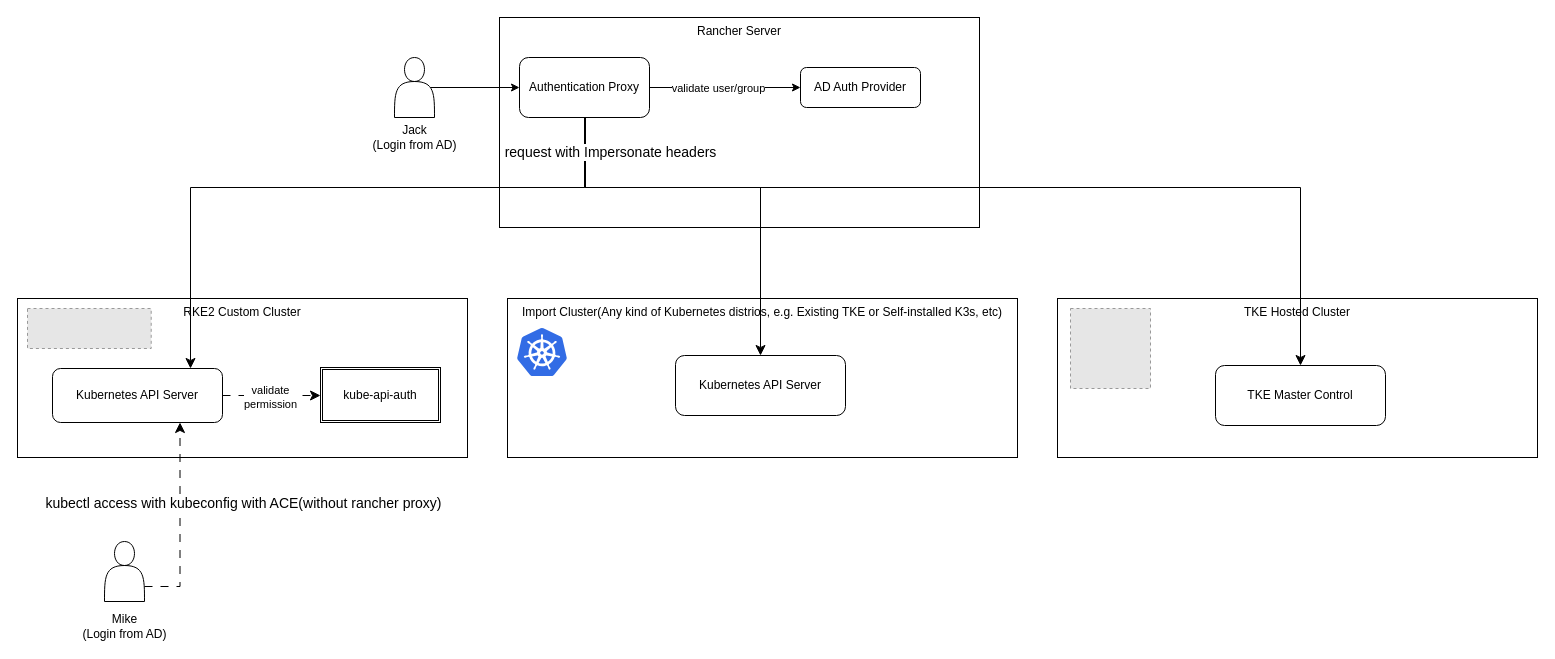
Earlier version of the draw.io diagram rancher-auth.drawio (JacieChao/jacie-docs). Source tidied: cells renumbered, new cells numbered last; positions are measured from the earlier drawing's top-left corner, leaving out a move shared by most shapes. Both pictures are drawn from the tidied source at 100%, with x=0, y=0 at pixel (17, 17). Pictures stored in the file or linked from it are replaced by grey dashed boxes.
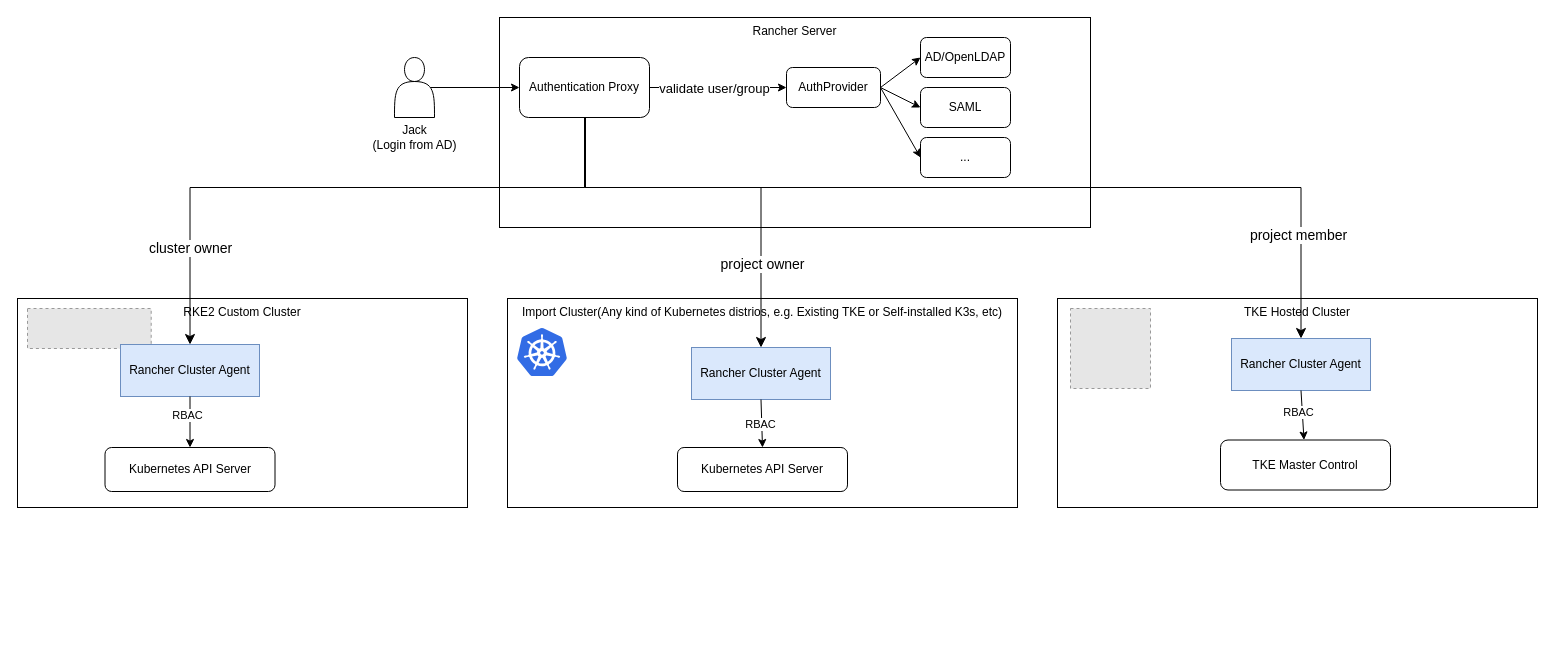
Above is the later version.

Unchanged cells that the change refers to:
```xml
<mxCell id="3" value="Authentication P&lt;span style=&quot;background-color: initial;&quot;&gt;roxy&lt;/span&gt;" style="rounded=1;whiteSpace=wrap;html=1;" parent="1" vertex="1">
  <mxGeometry x="502" y="40" width="130" height="60" as="geometry" />
</mxCell>
<mxCell id="17" style="endArrow=classic;html=1;rounded=0;exitX=1;exitY=0.5;exitDx=0;exitDy=0;" parent="1" edge="1" source="3" target="6">
  <mxGeometry relative="1" as="geometry" />
</mxCell>
```

The edit, as a diff of the source:
```diff
@@
     <mxCell id="2" value="Rancher Server&lt;div&gt;&lt;br&gt;&lt;/div&gt;" style="rounded=0;whiteSpace=wrap;html=1;verticalAlign=top;" parent="1" vertex="1">
-      <mxGeometry x="482" width="480" height="210" as="geometry" />
+      <mxGeometry x="482" width="591" height="210" as="geometry" />
     </mxCell>
@@
-    <mxCell id="6" value="AD Auth Provider" style="rounded=1;whiteSpace=wrap;html=1;" parent="1" vertex="1">
-      <mxGeometry x="783" y="50" width="120" height="40" as="geometry" />
+    <mxCell id="6" value="AuthProvider" style="rounded=1;whiteSpace=wrap;html=1;" parent="1" vertex="1">
+      <mxGeometry x="769" y="50" width="94" height="40" as="geometry" />
     </mxCell>
     <mxCell id="7" value="RKE2 Custom Cluster" style="rounded=0;whiteSpace=wrap;html=1;verticalAlign=top;" parent="1" vertex="1">
-      <mxGeometry y="281" width="450" height="159" as="geometry" />
+      <mxGeometry y="281" width="450" height="209" as="geometry" />
     </mxCell>
@@
     <mxCell id="9" value="Kubernetes API Server" style="rounded=1;whiteSpace=wrap;html=1;" parent="1" vertex="1">
-      <mxGeometry x="35" y="351" width="170" height="54" as="geometry" />
+      <mxGeometry x="87.5" y="430" width="170" height="44" as="geometry" />
     </mxCell>
     <mxCell id="10" value="Import Cluster(Any kind of Kubernetes distrios, e.g. Existing TKE or Self-installed K3s, etc)" style="rounded=0;whiteSpace=wrap;html=1;verticalAlign=top;" parent="1" vertex="1">
-      <mxGeometry x="490" y="281" width="510" height="159" as="geometry" />
+      <mxGeometry x="490" y="281" width="510" height="209" as="geometry" />
     </mxCell>
     <mxCell id="11" value="Kubernetes API Server" style="rounded=1;whiteSpace=wrap;html=1;" parent="1" vertex="1">
-      <mxGeometry x="658" y="338" width="170" height="60" as="geometry" />
+      <mxGeometry x="660" y="430" width="170" height="44" as="geometry" />
     </mxCell>
@@
     <mxCell id="13" value="TKE Hosted Cluster" style="rounded=0;whiteSpace=wrap;html=1;verticalAlign=top;" parent="1" vertex="1">
-      <mxGeometry x="1040" y="281" width="480" height="159" as="geometry" />
+      <mxGeometry x="1040" y="281" width="480" height="209" as="geometry" />
     </mxCell>
@@
     <mxCell id="15" value="TKE Master Control" style="rounded=1;whiteSpace=wrap;html=1;" parent="1" vertex="1">
-      <mxGeometry x="1198" y="348" width="170" height="60" as="geometry" />
+      <mxGeometry x="1203" y="422.5" width="170" height="50" as="geometry" />
     </mxCell>
@@
-    <mxCell id="18" value="validate user/group" style="edgeLabel;html=1;align=center;verticalAlign=middle;" parent="17" vertex="1">
+    <mxCell id="18" value="validate user/group" style="edgeLabel;html=1;align=center;verticalAlign=middle;fontSize=13;" parent="17" vertex="1">
       <mxGeometry x="-0.43" relative="1" as="geometry">
         <mxPoint x="25" as="offset" />
       </mxGeometry>
     </mxCell>
-    <mxCell id="19" style="shape=actor;whiteSpace=wrap;html=1;" parent="1" vertex="1">
-      <mxGeometry x="87" y="524" width="40" height="60" as="geometry" />
-    </mxCell>
-    <mxCell id="20" style="edgeStyle=segmentEdgeStyle;endArrow=classic;html=1;curved=0;rounded=0;endSize=8;startSize=8;exitX=0.5;exitY=1;exitDx=0;exitDy=0;" parent="1" edge="1" source="3">
+    <mxCell id="20" style="edgeStyle=segmentEdgeStyle;endArrow=classic;html=1;curved=0;rounded=0;endSize=8;startSize=8;exitX=0.5;exitY=1;exitDx=0;exitDy=0;entryX=0.5;entryY=0;entryDx=0;entryDy=0;" parent="1" edge="1" source="3" target="33">
       <mxGeometry relative="1" as="geometry">
-        <mxPoint x="173" y="351" as="targetPoint" />
         <Array as="points">
           <mxPoint x="567" y="170" />
           <mxPoint x="173" y="170" />
         </Array>
       </mxGeometry>
     </mxCell>
+    <mxCell id="30" value="cluster owner" style="edgeLabel;html=1;align=center;verticalAlign=middle;fontSize=14;" parent="20" vertex="1">
+      <mxGeometry x="0.25" y="-2" relative="1" as="geometry">
+        <mxPoint x="-77" y="62" as="offset" />
+      </mxGeometry>
+    </mxCell>
-    <mxCell id="21" style="edgeStyle=segmentEdgeStyle;endArrow=classic;html=1;curved=0;rounded=0;endSize=8;startSize=8;entryX=0.5;entryY=0;entryDx=0;entryDy=0;exitX=0.5;exitY=1;exitDx=0;exitDy=0;" parent="1" edge="1" target="11">
+    <mxCell id="21" style="edgeStyle=segmentEdgeStyle;endArrow=classic;html=1;curved=0;rounded=0;endSize=8;startSize=8;exitX=0.5;exitY=1;exitDx=0;exitDy=0;entryX=0.5;entryY=0;entryDx=0;entryDy=0;" parent="1" edge="1" target="36">
       <mxGeometry relative="1" as="geometry">
         <mxPoint x="571" y="100" as="sourcePoint" />
         <Array as="points">
           <mxPoint x="567" y="100" />
           <mxPoint x="567" y="170" />
           <mxPoint x="743" y="170" />
+          <mxPoint x="743" y="331" />
         </Array>
       </mxGeometry>
     </mxCell>
+    <mxCell id="31" value="project owner" style="edgeLabel;html=1;align=center;verticalAlign=middle;fontSize=14;" parent="21" vertex="1">
+      <mxGeometry x="0.59" y="1" relative="1" as="geometry">
+        <mxPoint y="1" as="offset" />
+      </mxGeometry>
+    </mxCell>
-    <mxCell id="22" style="edgeStyle=segmentEdgeStyle;endArrow=classic;html=1;curved=0;rounded=0;endSize=8;startSize=8;entryX=0.5;entryY=0;entryDx=0;entryDy=0;" parent="1" edge="1" target="15">
+    <mxCell id="22" style="edgeStyle=segmentEdgeStyle;endArrow=classic;html=1;curved=0;rounded=0;endSize=8;startSize=8;entryX=0.5;entryY=0;entryDx=0;entryDy=0;" parent="1" edge="1" target="39">
       <mxGeometry relative="1" as="geometry">
         <mxPoint x="568" y="100" as="sourcePoint" />
         <Array as="points">
           <mxPoint x="568" y="170" />
           <mxPoint x="1283" y="170" />
-          <mxPoint x="1283" y="345" />
         </Array>
       </mxGeometry>
     </mxCell>
-    <mxCell id="23" value="request with Impersonate headers" style="edgeLabel;html=1;align=center;verticalAlign=middle;fontSize=14;" parent="22" vertex="1">
-      <mxGeometry x="-0.93" y="-4" relative="1" as="geometry">
-        <mxPoint x="28" as="offset" />
-      </mxGeometry>
-    </mxCell>
-    <mxCell id="24" value="kube-api-auth" style="shape=ext;double=1;rounded=0;whiteSpace=wrap;html=1;" parent="1" vertex="1">
-      <mxGeometry x="303" y="350" width="120" height="55" as="geometry" />
-    </mxCell>
-    <mxCell id="25" value="Mike&lt;div&gt;(Login from AD)&lt;/div&gt;" style="text;html=1;align=center;verticalAlign=middle;whiteSpace=wrap;rounded=0;" parent="1" vertex="1">
-      <mxGeometry x="59.5" y="594" width="95" height="30" as="geometry" />
-    </mxCell>
-    <mxCell id="26" style="edgeStyle=segmentEdgeStyle;endArrow=classic;html=1;curved=0;rounded=0;endSize=8;startSize=8;dashed=1;dashPattern=8 8;exitX=1;exitY=0.75;exitDx=0;exitDy=0;entryX=0.75;entryY=1;entryDx=0;entryDy=0;" parent="1" edge="1" source="19" target="9">
-      <mxGeometry relative="1" as="geometry" />
-    </mxCell>
-    <mxCell id="27" value="kubectl access with kubeconfig with ACE(without rancher proxy)" style="edgeLabel;html=1;align=center;verticalAlign=middle;fontSize=14;" parent="26" vertex="1">
-      <mxGeometry x="-0.13" y="1" relative="1" as="geometry">
-        <mxPoint x="64" y="-32" as="offset" />
-      </mxGeometry>
-    </mxCell>
-    <mxCell id="28" style="edgeStyle=segmentEdgeStyle;endArrow=classic;html=1;curved=0;rounded=0;endSize=8;startSize=8;exitX=1;exitY=0.5;exitDx=0;exitDy=0;entryX=0;entryY=0.5;entryDx=0;entryDy=0;dashed=1;dashPattern=8 8;" parent="1" edge="1" source="9" target="24">
-      <mxGeometry relative="1" as="geometry" />
-    </mxCell>
-    <mxCell id="29" value="validate&lt;div&gt;permission&lt;/div&gt;" style="edgeLabel;html=1;align=center;verticalAlign=middle;" parent="28" vertex="1">
-      <mxGeometry x="-0.05" y="-1" relative="1" as="geometry" />
-    </mxCell>
+    <mxCell id="32" value="project member" style="edgeLabel;html=1;align=center;verticalAlign=middle;fontSize=14;" parent="22" vertex="1">
+      <mxGeometry x="0.78" y="-3" relative="1" as="geometry" />
+    </mxCell>
+    <mxCell id="33" value="Rancher Cluster Agent" style="rounded=0;whiteSpace=wrap;html=1;fillColor=#dae8fc;strokeColor=#6c8ebf;" parent="1" vertex="1">
+      <mxGeometry x="103" y="327" width="139" height="52" as="geometry" />
+    </mxCell>
+    <mxCell id="34" style="endArrow=classic;html=1;rounded=0;exitX=0.5;exitY=1;exitDx=0;exitDy=0;entryX=0.5;entryY=0;entryDx=0;entryDy=0;" parent="1" edge="1" source="33" target="9">
+      <mxGeometry relative="1" as="geometry" />
+    </mxCell>
+    <mxCell id="35" value="RBAC" style="edgeLabel;html=1;align=center;verticalAlign=middle;" parent="34" vertex="1">
+      <mxGeometry x="-0.37" y="1" relative="1" as="geometry">
+        <mxPoint x="-4" y="2" as="offset" />
+      </mxGeometry>
+    </mxCell>
+    <mxCell id="36" value="Rancher Cluster Agent" style="rounded=0;whiteSpace=wrap;html=1;fillColor=#dae8fc;strokeColor=#6c8ebf;" parent="1" vertex="1">
+      <mxGeometry x="674" y="330" width="139" height="52" as="geometry" />
+    </mxCell>
+    <mxCell id="37" style="endArrow=classic;html=1;rounded=0;exitX=0.5;exitY=1;exitDx=0;exitDy=0;entryX=0.5;entryY=0;entryDx=0;entryDy=0;" parent="1" edge="1" source="36" target="11">
+      <mxGeometry relative="1" as="geometry" />
+    </mxCell>
+    <mxCell id="38" value="RBAC" style="edgeLabel;html=1;align=center;verticalAlign=middle;" parent="37" vertex="1">
+      <mxGeometry y="-2" relative="1" as="geometry" />
+    </mxCell>
+    <mxCell id="39" value="Rancher Cluster Agent" style="rounded=0;whiteSpace=wrap;html=1;fillColor=#dae8fc;strokeColor=#6c8ebf;" parent="1" vertex="1">
+      <mxGeometry x="1214" y="321" width="139" height="52" as="geometry" />
+    </mxCell>
+    <mxCell id="40" style="endArrow=classic;html=1;rounded=0;exitX=0.5;exitY=1;exitDx=0;exitDy=0;" parent="1" edge="1" source="39" target="15">
+      <mxGeometry relative="1" as="geometry" />
+    </mxCell>
+    <mxCell id="41" value="RBAC" style="edgeLabel;html=1;align=center;verticalAlign=middle;" parent="40" vertex="1">
+      <mxGeometry x="-0.16" y="-4" relative="1" as="geometry" />
+    </mxCell>
+    <mxCell id="42" value="SAML" style="rounded=1;whiteSpace=wrap;html=1;" parent="1" vertex="1">
+      <mxGeometry x="903" y="70" width="90" height="40" as="geometry" />
+    </mxCell>
+    <mxCell id="43" value="AD/OpenLDAP" style="rounded=1;whiteSpace=wrap;html=1;" parent="1" vertex="1">
+      <mxGeometry x="903" y="20" width="90" height="40" as="geometry" />
+    </mxCell>
+    <mxCell id="44" value="..." style="rounded=1;whiteSpace=wrap;html=1;" parent="1" vertex="1">
+      <mxGeometry x="903" y="120" width="90" height="40" as="geometry" />
+    </mxCell>
+    <mxCell id="45" style="endArrow=classic;html=1;rounded=0;exitX=1;exitY=0.5;exitDx=0;exitDy=0;entryX=0;entryY=0.5;entryDx=0;entryDy=0;" parent="1" edge="1" source="6" target="43">
+      <mxGeometry relative="1" as="geometry" />
+    </mxCell>
+    <mxCell id="46" style="endArrow=classic;html=1;rounded=0;exitX=1;exitY=0.5;exitDx=0;exitDy=0;entryX=0;entryY=0.5;entryDx=0;entryDy=0;" parent="1" edge="1" source="6" target="42">
+      <mxGeometry relative="1" as="geometry" />
+    </mxCell>
+    <mxCell id="47" style="endArrow=classic;html=1;rounded=0;exitX=1;exitY=0.5;exitDx=0;exitDy=0;entryX=0;entryY=0.5;entryDx=0;entryDy=0;" parent="1" edge="1" source="6" target="44">
+      <mxGeometry relative="1" as="geometry" />
+    </mxCell>
```
